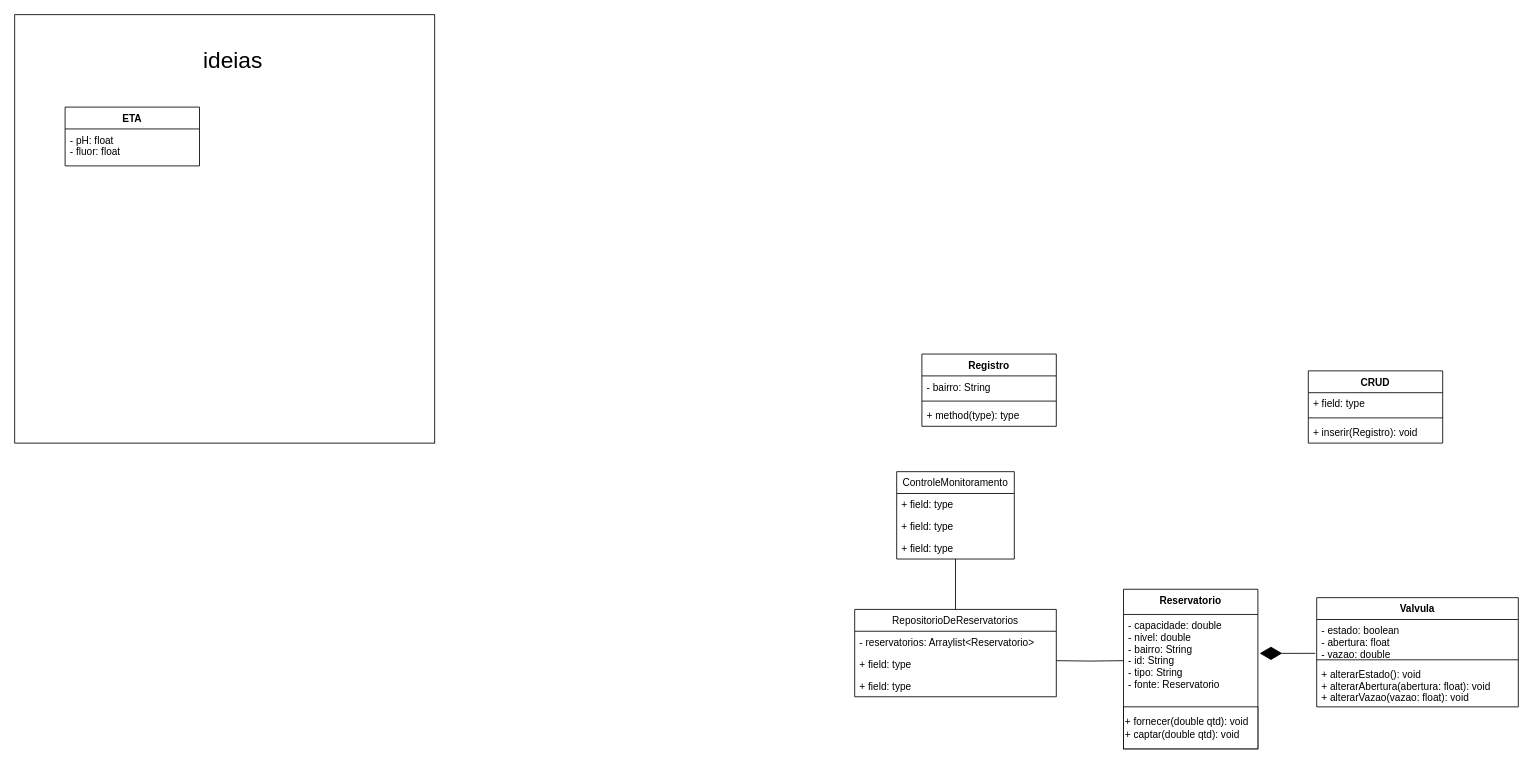
Before: Waterway.drawio in ronaldo26rodrigues/Lifeway, a draw.io diagram. Source tidied: cells renumbered, new cells numbered last; positions are measured from the earlier drawing's top-left corner, leaving out a move shared by most shapes. Both pictures are drawn from the tidied source at 84%, with x=0, y=0 at pixel (14, 14).
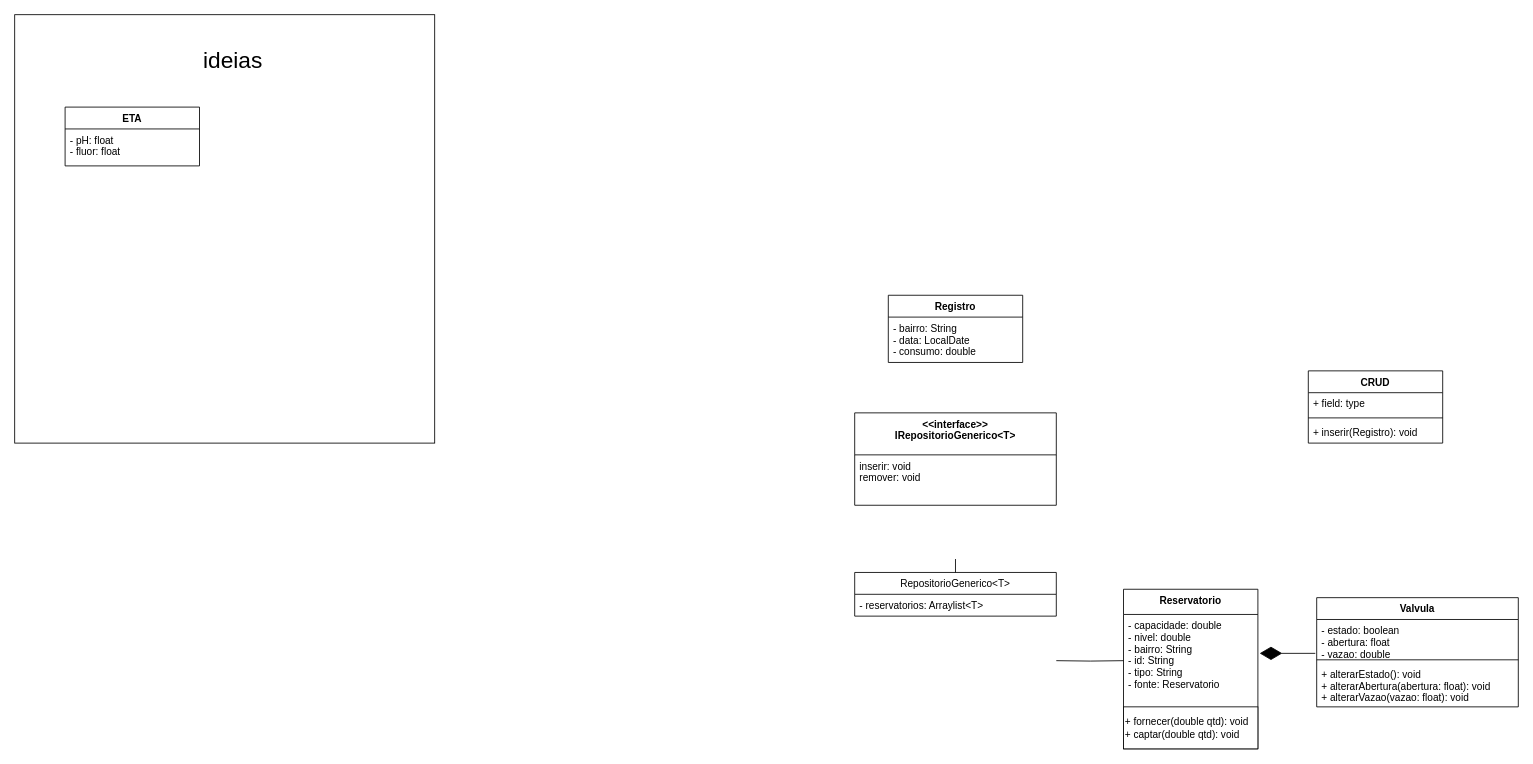
Above is the later version.

Change to the diagram source:
```diff
@@
-    <mxCell id="13" value="RepositorioDeReservatorios" style="swimlane;fontStyle=0;horizontal=1;startSize=26;fillColor=none;" parent="1" vertex="1">
-      <mxGeometry x="1000" y="708" width="240" height="104" as="geometry" />
+    <mxCell id="13" value="RepositorioGenerico&lt;T&gt;" style="swimlane;fontStyle=0;horizontal=1;startSize=26;fillColor=none;" parent="1" vertex="1">
+      <mxGeometry x="1000" y="664" width="240" height="52" as="geometry" />
     </mxCell>
-    <mxCell id="14" value="- reservatorios: Arraylist&lt;Reservatorio&gt;" style="text;strokeColor=none;fillColor=none;align=left;verticalAlign=top;spacingLeft=4;spacingRight=4;overflow=hidden;" parent="13" vertex="1">
+    <mxCell id="14" value="- reservatorios: Arraylist&lt;T&gt;" style="text;strokeColor=none;fillColor=none;align=left;verticalAlign=top;spacingLeft=4;spacingRight=4;overflow=hidden;" parent="13" vertex="1">
       <mxGeometry y="26" width="240" height="26" as="geometry" />
     </mxCell>
-    <mxCell id="15" value="+ field: type" style="text;strokeColor=none;fillColor=none;align=left;verticalAlign=top;spacingLeft=4;spacingRight=4;overflow=hidden;" parent="13" vertex="1">
-      <mxGeometry y="52" width="240" height="26" as="geometry" />
-    </mxCell>
-    <mxCell id="16" value="+ field: type" style="text;strokeColor=none;fillColor=none;align=left;verticalAlign=top;spacingLeft=4;spacingRight=4;overflow=hidden;" parent="13" vertex="1">
-      <mxGeometry y="78" width="240" height="26" as="geometry" />
-    </mxCell>
@@
-    <mxCell id="18" style="edgeStyle=orthogonalEdgeStyle;rounded=0;jettySize=auto;html=1;entryX=0.5;entryY=0;entryDx=0;entryDy=0;endArrow=none;endFill=0;" parent="1" edge="1" source="19" target="13">
-      <mxGeometry relative="1" as="geometry" />
+    <mxCell id="18" style="edgeStyle=orthogonalEdgeStyle;rounded=0;jettySize=auto;html=1;entryX=0.5;entryY=0;entryDx=0;entryDy=0;endArrow=none;endFill=0;" parent="1" edge="1" target="13">
+      <mxGeometry relative="1" as="geometry">
+        <mxPoint x="1120" y="648" as="sourcePoint" />
+      </mxGeometry>
     </mxCell>
-    <mxCell id="19" value="ControleMonitoramento" style="swimlane;fontStyle=0;horizontal=1;startSize=26;fillColor=none;" parent="1" vertex="1">
-      <mxGeometry x="1050" y="544" width="140" height="104" as="geometry" />
-    </mxCell>
-    <mxCell id="20" value="+ field: type" style="text;strokeColor=none;fillColor=none;align=left;verticalAlign=top;spacingLeft=4;spacingRight=4;overflow=hidden;" parent="19" vertex="1">
-      <mxGeometry y="26" width="140" height="26" as="geometry" />
-    </mxCell>
-    <mxCell id="21" value="+ field: type" style="text;strokeColor=none;fillColor=none;align=left;verticalAlign=top;spacingLeft=4;spacingRight=4;overflow=hidden;" parent="19" vertex="1">
-      <mxGeometry y="52" width="140" height="26" as="geometry" />
-    </mxCell>
-    <mxCell id="22" value="+ field: type" style="text;strokeColor=none;fillColor=none;align=left;verticalAlign=top;spacingLeft=4;spacingRight=4;overflow=hidden;" parent="19" vertex="1">
-      <mxGeometry y="78" width="140" height="26" as="geometry" />
-    </mxCell>
@@
     <mxCell id="27" value="Registro" style="swimlane;fontStyle=1;align=center;verticalAlign=top;horizontal=1;startSize=26;" parent="1" vertex="1">
-      <mxGeometry x="1080" y="404" width="160" height="86" as="geometry" />
+      <mxGeometry x="1040" y="334" width="160" height="80" as="geometry" />
     </mxCell>
-    <mxCell id="28" value="- bairro: String" style="text;strokeColor=none;fillColor=none;align=left;verticalAlign=top;spacingLeft=4;spacingRight=4;overflow=hidden;" parent="27" vertex="1">
-      <mxGeometry y="26" width="160" height="26" as="geometry" />
+    <mxCell id="28" value="- bairro: String&#10;- data: LocalDate&#10;- consumo: double" style="text;strokeColor=none;fillColor=none;align=left;verticalAlign=top;spacingLeft=4;spacingRight=4;overflow=hidden;" parent="27" vertex="1">
+      <mxGeometry y="26" width="160" height="54" as="geometry" />
     </mxCell>
-    <mxCell id="29" style="line;strokeWidth=1;fillColor=none;align=left;verticalAlign=middle;spacingTop=-1;spacingLeft=3;spacingRight=3;labelPosition=right;" parent="27" vertex="1">
-      <mxGeometry y="52" width="160" height="8" as="geometry" />
-    </mxCell>
-    <mxCell id="30" value="+ method(type): type" style="text;strokeColor=none;fillColor=none;align=left;verticalAlign=top;spacingLeft=4;spacingRight=4;overflow=hidden;" parent="27" vertex="1">
-      <mxGeometry y="60" width="160" height="26" as="geometry" />
-    </mxCell>
@@
+    <mxCell id="32" value="&lt;&lt;interface&gt;&gt;&#10;IRepositorioGenerico&lt;T&gt;&#10;" style="swimlane;fontStyle=1;align=center;verticalAlign=top;horizontal=1;startSize=50;" parent="1" vertex="1">
+      <mxGeometry x="1000" y="474" width="240" height="110" as="geometry" />
+    </mxCell>
+    <mxCell id="33" value="inserir: void&#10;remover: void&#10;" style="text;strokeColor=none;fillColor=none;align=left;verticalAlign=top;spacingLeft=4;spacingRight=4;overflow=hidden;" parent="32" vertex="1">
+      <mxGeometry y="50" width="240" height="60" as="geometry" />
+    </mxCell>
```
